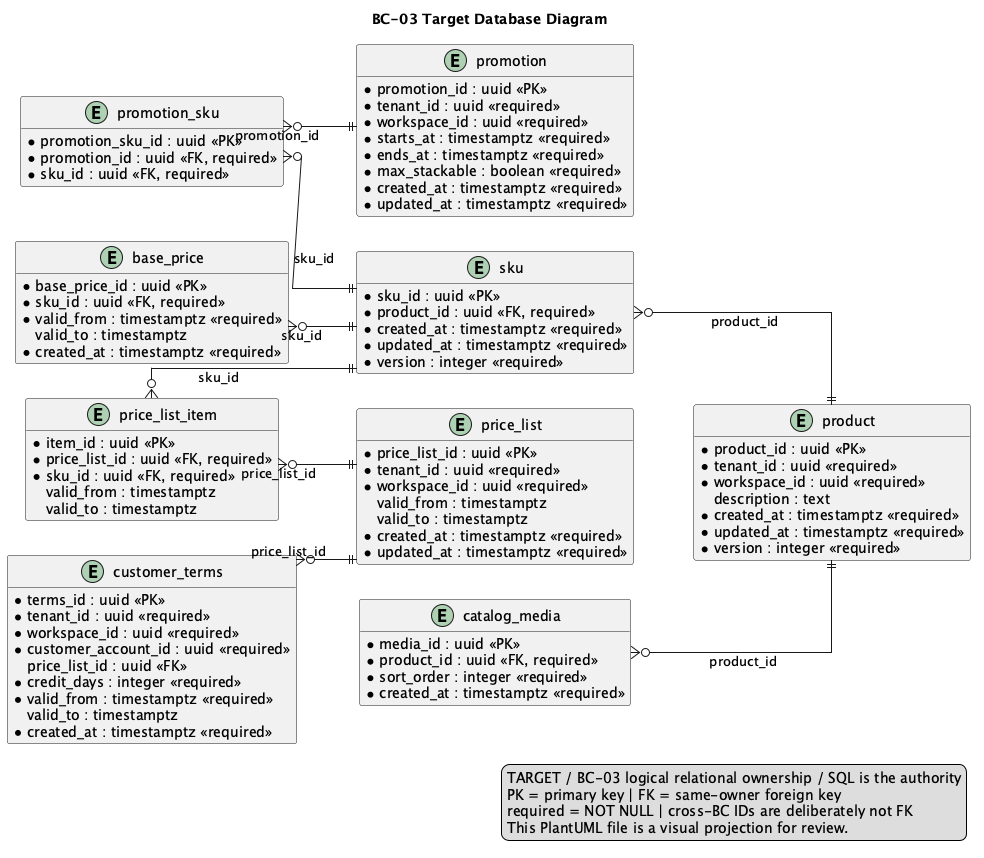
Above: 01-shared/domain/bounded-contexts/BC-03-catalog-commercial-policy/data/database-diagram.png in nexa-suite/blueprint (PlantUML), before the change. The source it was exported from:
```plantuml
@startuml
title BC-03 Target Database Diagram
left to right direction
hide methods
skinparam shadowing false
skinparam linetype ortho
skinparam entity {
  BackgroundColor #F8FAFC
  BorderColor #334155
  FontColor #0F172A
}

entity "product" as t_product {
  * product_id : uuid <<PK>>
  * tenant_id : uuid <<required>>
  * workspace_id : uuid <<required>>
  * code : varchar(80) <<required>>
  * name : varchar(200) <<required>>
    description : text
  * status : varchar(32) <<required>>
  * created_at : timestamptz <<required>>
  * updated_at : timestamptz <<required>>
  * version : integer <<required>>
}

entity "sku" as t_sku {
  * sku_id : uuid <<PK>>
  * product_id : uuid <<FK, required>>
  * code : varchar(80) <<required>>
  * name : varchar(200) <<required>>
    gtin : varchar(14)
  * unit_of_measure : varchar(32) <<required>>
  * temperature_band : varchar(64) <<required>>
  * status : varchar(32) <<required>>
  * created_at : timestamptz <<required>>
  * updated_at : timestamptz <<required>>
  * version : integer <<required>>
}

entity "catalog_media" as t_catalog_media {
  * media_id : uuid <<PK>>
  * product_id : uuid <<FK, required>>
  * object_key : varchar(500) <<required>>
  * media_kind : varchar(32) <<required>>
    content_hash : varchar(128)
  * sort_order : integer <<required>>
  * created_at : timestamptz <<required>>
}

entity "price_list" as t_price_list {
  * price_list_id : uuid <<PK>>
  * tenant_id : uuid <<required>>
  * workspace_id : uuid <<required>>
  * code : varchar(80) <<required>>
  * name : varchar(160) <<required>>
  * currency : char(3) <<required>>
  * status : varchar(32) <<required>>
    valid_from : timestamptz
    valid_to : timestamptz
  * created_at : timestamptz <<required>>
  * updated_at : timestamptz <<required>>
}

entity "price_list_item" as t_price_list_item {
  * item_id : uuid <<PK>>
  * price_list_id : uuid <<FK, required>>
  * sku_id : uuid <<FK, required>>
  * unit_price : numeric(19,4) <<required>>
  * currency : char(3) <<required>>
    valid_from : timestamptz
    valid_to : timestamptz
}

entity "base_price" as t_base_price {
  * base_price_id : uuid <<PK>>
  * sku_id : uuid <<FK, required>>
  * amount : numeric(19,4) <<required>>
  * currency : char(3) <<required>>
  * valid_from : timestamptz <<required>>
    valid_to : timestamptz
  * created_at : timestamptz <<required>>
}

entity "customer_terms" as t_customer_terms {
  * terms_id : uuid <<PK>>
  * tenant_id : uuid <<required>>
  * workspace_id : uuid <<required>>
  * customer_account_id : uuid <<required>>
    price_list_id : uuid <<FK>>
  * credit_days : integer <<required>>
  * currency : char(3) <<required>>
  * valid_from : timestamptz <<required>>
    valid_to : timestamptz
  * created_at : timestamptz <<required>>
}

entity "promotion" as t_promotion {
  * promotion_id : uuid <<PK>>
  * tenant_id : uuid <<required>>
  * workspace_id : uuid <<required>>
  * code : varchar(80) <<required>>
  * name : varchar(160) <<required>>
  * status : varchar(32) <<required>>
  * starts_at : timestamptz <<required>>
  * ends_at : timestamptz <<required>>
  * max_stackable : boolean <<required>>
  * created_at : timestamptz <<required>>
  * updated_at : timestamptz <<required>>
}

entity "promotion_sku" as t_promotion_sku {
  * promotion_sku_id : uuid <<PK>>
  * promotion_id : uuid <<FK, required>>
  * sku_id : uuid <<FK, required>>
  * discount_kind : varchar(32) <<required>>
  * discount_value : numeric(19,4) <<required>>
}

t_sku }o--|| t_product : product_id
t_catalog_media }o--|| t_product : product_id
t_price_list_item }o--|| t_price_list : price_list_id
t_price_list_item }o--|| t_sku : sku_id
t_base_price }o--|| t_sku : sku_id
t_customer_terms }o--|| t_price_list : price_list_id
t_promotion_sku }o--|| t_promotion : promotion_id
t_promotion_sku }o--|| t_sku : sku_id

legend right
TARGET / BC-03 logical relational ownership / SQL is the authority
PK = primary key | FK = same-owner foreign key
required = NOT NULL | cross-BC IDs are deliberately not FK
This PlantUML file is a visual projection for review.
endlegend
@enduml
```
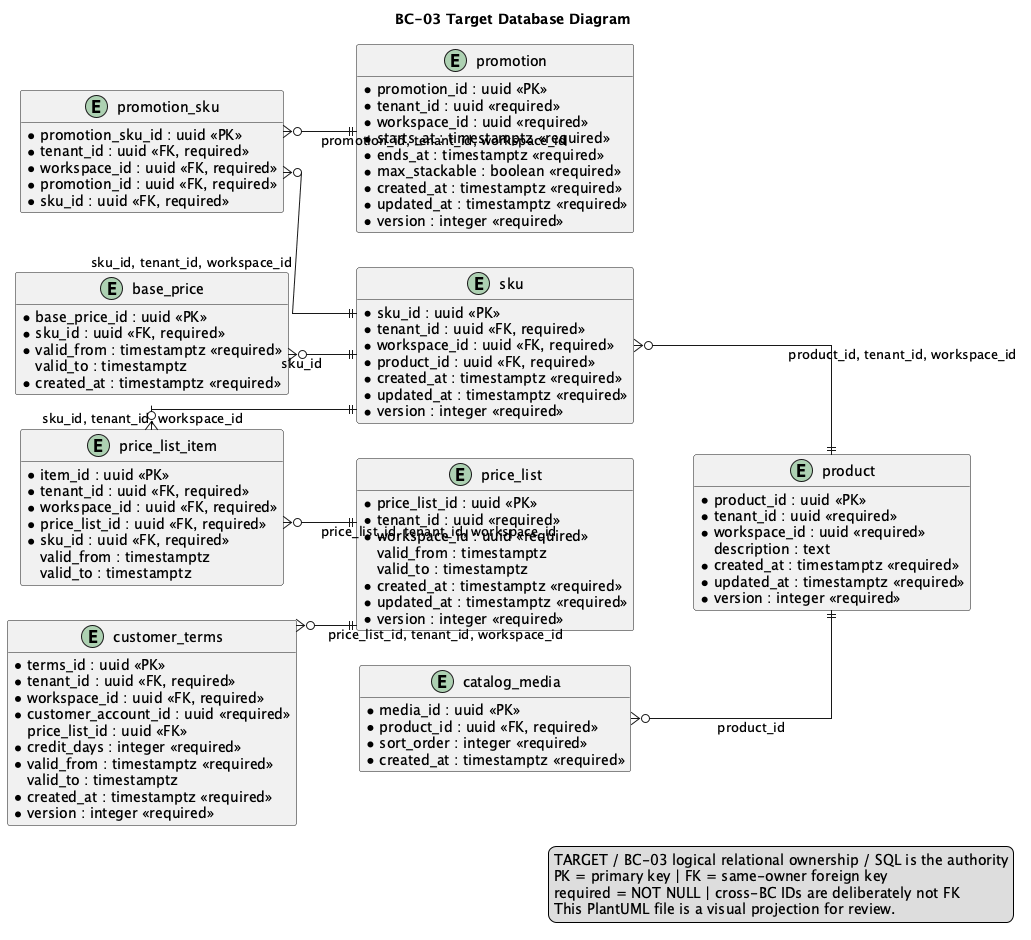
After the change.

Change to the diagram source:
```diff
@@ -25,6 +25,8 @@
 
 entity "sku" as t_sku {
   * sku_id : uuid <<PK>>
+  * tenant_id : uuid <<FK, required>>
+  * workspace_id : uuid <<FK, required>>
   * product_id : uuid <<FK, required>>
   * code : varchar(80) <<required>>
   * name : varchar(200) <<required>>
@@ -59,10 +61,13 @@
     valid_to : timestamptz
   * created_at : timestamptz <<required>>
   * updated_at : timestamptz <<required>>
+  * version : integer <<required>>
 }
 
 entity "price_list_item" as t_price_list_item {
   * item_id : uuid <<PK>>
+  * tenant_id : uuid <<FK, required>>
+  * workspace_id : uuid <<FK, required>>
   * price_list_id : uuid <<FK, required>>
   * sku_id : uuid <<FK, required>>
   * unit_price : numeric(19,4) <<required>>
@@ -83,8 +88,8 @@
 
 entity "customer_terms" as t_customer_terms {
   * terms_id : uuid <<PK>>
-  * tenant_id : uuid <<required>>
-  * workspace_id : uuid <<required>>
+  * tenant_id : uuid <<FK, required>>
+  * workspace_id : uuid <<FK, required>>
   * customer_account_id : uuid <<required>>
     price_list_id : uuid <<FK>>
   * credit_days : integer <<required>>
@@ -92,6 +97,7 @@
   * valid_from : timestamptz <<required>>
     valid_to : timestamptz
   * created_at : timestamptz <<required>>
+  * version : integer <<required>>
 }
 
 entity "promotion" as t_promotion {
@@ -106,24 +112,27 @@
   * max_stackable : boolean <<required>>
   * created_at : timestamptz <<required>>
   * updated_at : timestamptz <<required>>
+  * version : integer <<required>>
 }
 
 entity "promotion_sku" as t_promotion_sku {
   * promotion_sku_id : uuid <<PK>>
+  * tenant_id : uuid <<FK, required>>
+  * workspace_id : uuid <<FK, required>>
   * promotion_id : uuid <<FK, required>>
   * sku_id : uuid <<FK, required>>
   * discount_kind : varchar(32) <<required>>
   * discount_value : numeric(19,4) <<required>>
 }
 
-t_sku }o--|| t_product : product_id
+t_sku }o--|| t_product : product_id, tenant_id, workspace_id
 t_catalog_media }o--|| t_product : product_id
-t_price_list_item }o--|| t_price_list : price_list_id
-t_price_list_item }o--|| t_sku : sku_id
+t_price_list_item }o--|| t_price_list : price_list_id, tenant_id, workspace_id
+t_price_list_item }o--|| t_sku : sku_id, tenant_id, workspace_id
 t_base_price }o--|| t_sku : sku_id
-t_customer_terms }o--|| t_price_list : price_list_id
-t_promotion_sku }o--|| t_promotion : promotion_id
-t_promotion_sku }o--|| t_sku : sku_id
+t_customer_terms }o--|| t_price_list : price_list_id, tenant_id, workspace_id
+t_promotion_sku }o--|| t_promotion : promotion_id, tenant_id, workspace_id
+t_promotion_sku }o--|| t_sku : sku_id, tenant_id, workspace_id
 
 legend right
 TARGET / BC-03 logical relational ownership / SQL is the authority
```
